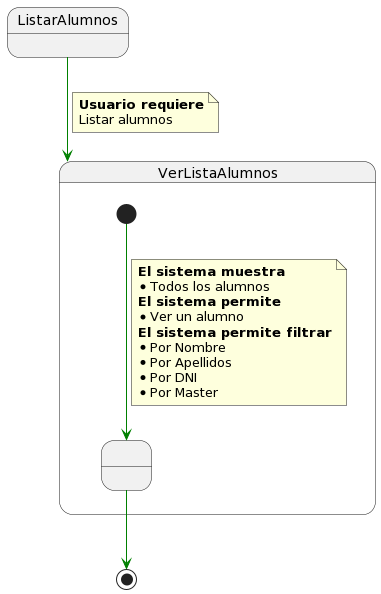
Before: 000-entregas/Grupo1/DetalleCasosDeUso/images/ListarAlumnos.png, a diagram exported from PlantUML (mmasias/IdSw1-22-23). Source of this version:
```plantuml
@startuml
State ListarAlumnos

State VerListaAlumnos{

  State state1 as " "

  [*] -[#green]-> state1

  note on link
    <b>El sistema muestra
    * Todos los alumnos
    <b>El sistema permite
    * Ver un alumno
    <b>El sistema permite filtrar
    * Por Nombre
    * Por Apellidos
    * Por DNI
    * Por Master
  end note


}

ListarAlumnos-[#green]-> VerListaAlumnos

note on link
 <b>Usuario requiere
 Listar alumnos
end note

state1 -[#green]-> [*]
@enduml
```
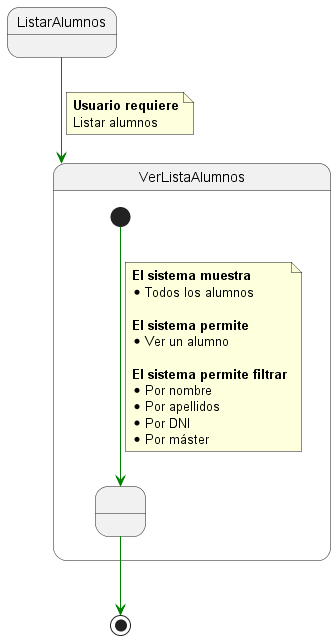
After the commit.

The edit, as a diff of the source:
```diff
@@ -1,4 +1,5 @@
-@startuml
+@startuml ListarAlumnos
+
 State ListarAlumnos
 
 State VerListaAlumnos{
@@ -10,13 +11,15 @@
   note on link
     <b>El sistema muestra
     * Todos los alumnos
+
     <b>El sistema permite
     * Ver un alumno
+
     <b>El sistema permite filtrar
-    * Por Nombre
-    * Por Apellidos
+    * Por nombre
+    * Por apellidos
     * Por DNI
-    * Por Master
+    * Por máster
   end note
 
 
@@ -30,4 +33,6 @@
 end note
 
 state1 -[#green]-> [*]
+
+
 @enduml
```
